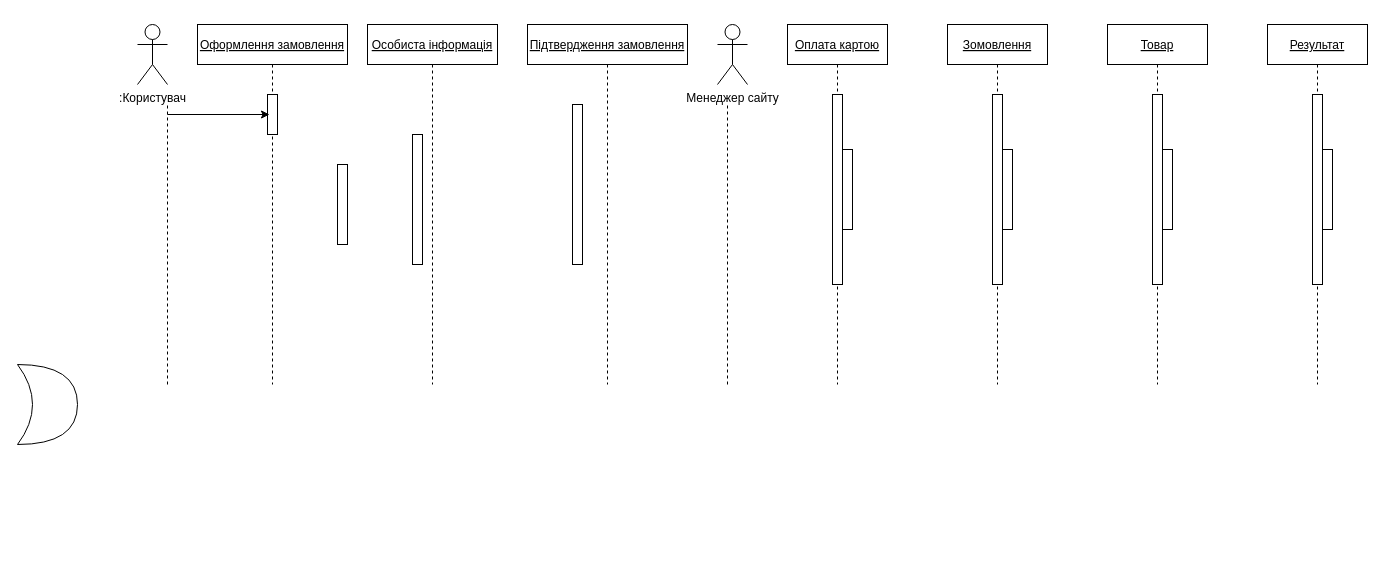
Yulia1204/git keeps this draw.io diagram as Untitled Diagram.drawio. Above is the earlier version. Source tidied: cells renumbered, new cells numbered last; positions are measured from the earlier drawing's top-left corner, leaving out a move shared by most shapes. Both pictures are drawn from the tidied source at 100%, with x=0, y=0 at pixel (17, 24).
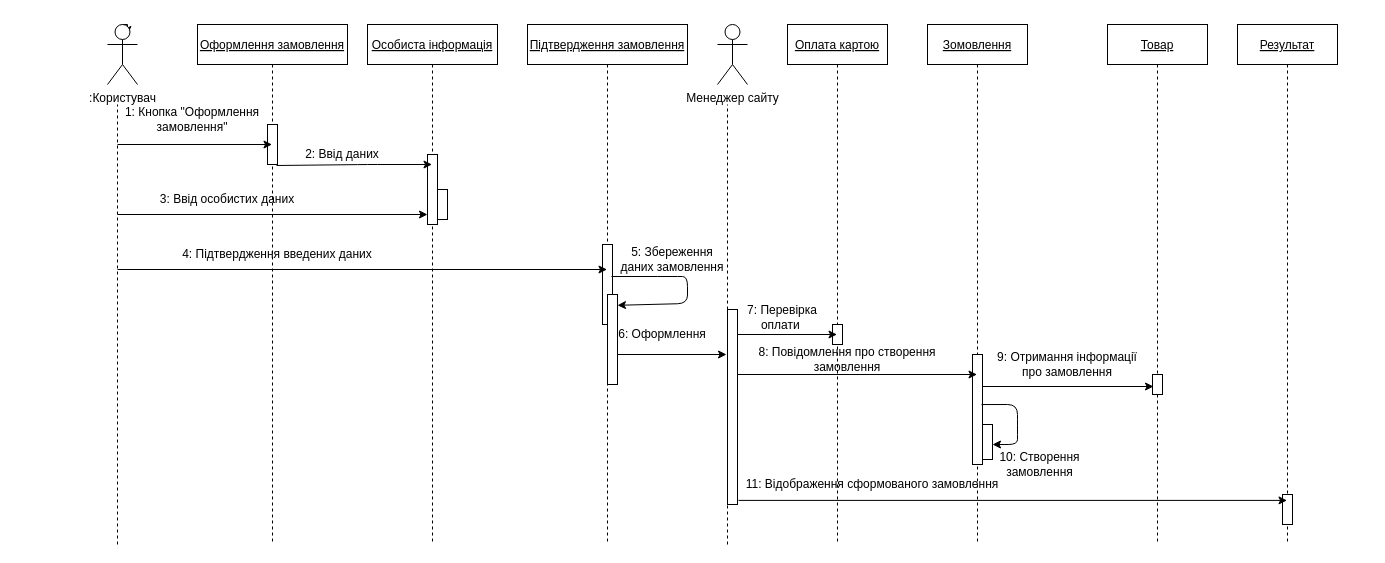
The same diagram, later.

The edit, as a diff of the source:
```diff
@@
     <mxCell id="2" value="Оформлення замовлення" style="shape=umlLifeline;perimeter=lifelinePerimeter;rounded=0;shadow=0;strokeWidth=1;size=40;align=center;labelBorderColor=none;labelBackgroundColor=none;horizontal=1;fontSize=12;fontStyle=4;" parent="1" vertex="1">
-      <mxGeometry x="180" width="150" height="360" as="geometry" />
+      <mxGeometry x="180" width="150" height="520" as="geometry" />
     </mxCell>
     <mxCell id="3" style="points=[];perimeter=orthogonalPerimeter;rounded=0;shadow=0;strokeWidth=1;" parent="2" vertex="1">
-      <mxGeometry x="70" y="70" width="10" height="40" as="geometry" />
+      <mxGeometry x="70" y="100" width="10" height="40" as="geometry" />
     </mxCell>
     <mxCell id="4" value="Особиста інформація" style="shape=umlLifeline;perimeter=lifelinePerimeter;rounded=0;shadow=0;strokeWidth=1;fontStyle=4;" parent="1" vertex="1">
-      <mxGeometry x="350" width="130" height="360" as="geometry" />
+      <mxGeometry x="350" width="130" height="520" as="geometry" />
     </mxCell>
     <mxCell id="5" style="perimeter=orthogonalPerimeter;rounded=0;shadow=0;strokeWidth=1;" parent="4" vertex="1">
-      <mxGeometry x="45" y="110" width="10" height="130" as="geometry" />
+      <mxGeometry x="60" y="130" width="10" height="70" as="geometry" />
     </mxCell>
+    <mxCell id="25" style="perimeter=orthogonalPerimeter;rounded=0;shadow=0;strokeWidth=1;" parent="4" vertex="1">
+      <mxGeometry x="70" y="165" width="10" height="30" as="geometry" />
+    </mxCell>
+    <mxCell id="27" style="edgeStyle=orthogonalEdgeStyle;rounded=0;jettySize=auto;html=1;exitX=0.5;exitY=0;exitDx=0;exitDy=0;exitPerimeter=0;fontSize=12;" parent="1" edge="1" source="6">
+      <mxGeometry relative="1" as="geometry">
+        <mxPoint x="110" y="10" as="targetPoint" />
+      </mxGeometry>
+    </mxCell>
     <mxCell id="6" value=":Користувач&lt;br&gt;" style="shape=umlActor;verticalLabelPosition=bottom;verticalAlign=top;html=1;outlineConnect=0;" parent="1" vertex="1">
-      <mxGeometry x="120" width="30" height="60" as="geometry" />
+      <mxGeometry x="90" width="30" height="60" as="geometry" />
     </mxCell>
     <mxCell id="7" style="endArrow=none;dashed=1;html=1;" parent="1" edge="1">
       <mxGeometry relative="1" as="geometry">
-        <mxPoint x="150" y="360" as="sourcePoint" />
-        <mxPoint x="150" y="80" as="targetPoint" />
+        <mxPoint x="100" y="520" as="sourcePoint" />
+        <mxPoint x="100" y="80" as="targetPoint" />
       </mxGeometry>
     </mxCell>
     <mxCell id="8" value="Підтвердження замовлення" style="shape=umlLifeline;perimeter=lifelinePerimeter;rounded=0;shadow=0;strokeWidth=1;fontStyle=4;" parent="1" vertex="1">
-      <mxGeometry x="510" width="160" height="360" as="geometry" />
+      <mxGeometry x="510" width="160" height="520" as="geometry" />
     </mxCell>
     <mxCell id="9" style="points=[];perimeter=orthogonalPerimeter;rounded=0;shadow=0;strokeWidth=1;" parent="8" vertex="1">
-      <mxGeometry x="45" y="80" width="10" height="160" as="geometry" />
+      <mxGeometry x="75" y="220" width="10" height="80" as="geometry" />
     </mxCell>
+    <mxCell id="28" style="endArrow=classic;html=1;fontSize=12;exitX=0.9;exitY=0.4;exitDx=0;exitDy=0;exitPerimeter=0;entryX=1;entryY=0.12;entryDx=0;entryDy=0;entryPerimeter=0;" parent="8" edge="1" source="9" target="29">
+      <mxGeometry relative="1" as="geometry">
+        <Array as="points">
+          <mxPoint x="140" y="252" />
+          <mxPoint x="160" y="252" />
+          <mxPoint x="160" y="279" />
+        </Array>
+      </mxGeometry>
+    </mxCell>
+    <mxCell id="29" style="points=[];perimeter=orthogonalPerimeter;rounded=0;shadow=0;strokeWidth=1;" parent="8" vertex="1">
+      <mxGeometry x="80" y="270" width="10" height="90" as="geometry" />
+    </mxCell>
     <mxCell id="10" value="Оплата картою" style="shape=umlLifeline;perimeter=lifelinePerimeter;rounded=0;shadow=0;strokeWidth=1;fontStyle=4;" parent="1" vertex="1">
-      <mxGeometry x="770" width="100" height="360" as="geometry" />
+      <mxGeometry x="770" width="100" height="520" as="geometry" />
     </mxCell>
     <mxCell id="11" style="perimeter=orthogonalPerimeter;rounded=0;shadow=0;strokeWidth=1;" parent="10" vertex="1">
-      <mxGeometry x="45" y="70" width="10" height="190" as="geometry" />
+      <mxGeometry x="45" y="300" width="10" height="20" as="geometry" />
     </mxCell>
-    <mxCell id="12" style="perimeter=orthogonalPerimeter;rounded=0;shadow=0;strokeWidth=1;" parent="10" vertex="1">
-      <mxGeometry x="55" y="125" width="10" height="80" as="geometry" />
-    </mxCell>
@@
     <mxCell id="14" value="Зомовлення" style="shape=umlLifeline;perimeter=lifelinePerimeter;rounded=0;shadow=0;strokeWidth=1;fontStyle=4;" parent="1" vertex="1">
-      <mxGeometry x="930" width="100" height="360" as="geometry" />
+      <mxGeometry x="910" width="100" height="520" as="geometry" />
     </mxCell>
     <mxCell id="15" style="points=[];perimeter=orthogonalPerimeter;rounded=0;shadow=0;strokeWidth=1;" parent="14" vertex="1">
-      <mxGeometry x="45" y="70" width="10" height="190" as="geometry" />
+      <mxGeometry x="45" y="330" width="10" height="110" as="geometry" />
     </mxCell>
     <mxCell id="16" style="points=[];perimeter=orthogonalPerimeter;rounded=0;shadow=0;strokeWidth=1;" parent="14" vertex="1">
-      <mxGeometry x="55" y="125" width="10" height="80" as="geometry" />
+      <mxGeometry x="55" y="400" width="10" height="35" as="geometry" />
     </mxCell>
+    <mxCell id="30" style="endArrow=classic;html=1;fontSize=12;exitX=0.9;exitY=0.455;exitDx=0;exitDy=0;exitPerimeter=0;" parent="14" edge="1" source="15" target="16">
+      <mxGeometry relative="1" as="geometry">
+        <Array as="points">
+          <mxPoint x="90" y="380" />
+          <mxPoint x="90" y="400" />
+          <mxPoint x="90" y="420" />
+        </Array>
+      </mxGeometry>
+    </mxCell>
     <mxCell id="17" value="Товар" style="shape=umlLifeline;perimeter=lifelinePerimeter;rounded=0;shadow=0;strokeWidth=1;fontStyle=4;" parent="1" vertex="1">
-      <mxGeometry x="1090" width="100" height="360" as="geometry" />
+      <mxGeometry x="1090" width="100" height="520" as="geometry" />
     </mxCell>
     <mxCell id="18" style="points=[];perimeter=orthogonalPerimeter;rounded=0;shadow=0;strokeWidth=1;" parent="17" vertex="1">
-      <mxGeometry x="45" y="70" width="10" height="190" as="geometry" />
+      <mxGeometry x="45" y="350" width="10" height="20" as="geometry" />
     </mxCell>
-    <mxCell id="19" style="perimeter=orthogonalPerimeter;rounded=0;shadow=0;strokeWidth=1;" parent="17" vertex="1">
-      <mxGeometry x="55" y="125" width="10" height="80" as="geometry" />
-    </mxCell>
     <mxCell id="20" value="Результат" style="shape=umlLifeline;perimeter=lifelinePerimeter;rounded=0;shadow=0;strokeWidth=1;fontStyle=4;" parent="1" vertex="1">
-      <mxGeometry x="1250" width="100" height="360" as="geometry" />
+      <mxGeometry x="1220" width="100" height="520" as="geometry" />
     </mxCell>
     <mxCell id="21" style="perimeter=orthogonalPerimeter;rounded=0;shadow=0;strokeWidth=1;" parent="20" vertex="1">
-      <mxGeometry x="45" y="70" width="10" height="190" as="geometry" />
+      <mxGeometry x="45" y="470" width="10" height="30" as="geometry" />
     </mxCell>
-    <mxCell id="22" style="perimeter=orthogonalPerimeter;rounded=0;shadow=0;strokeWidth=1;" parent="20" vertex="1">
-      <mxGeometry x="55" y="125" width="10" height="80" as="geometry" />
-    </mxCell>
-    <mxCell id="23" style="shape=xor;whiteSpace=wrap;html=1;" parent="1" vertex="1">
-      <mxGeometry y="340" width="60" height="80" as="geometry" />
-    </mxCell>
-    <mxCell id="24" style="endArrow=classic;html=1;entryX=0.2;entryY=0.5;entryDx=0;entryDy=0;entryPerimeter=0;" parent="1" edge="1" target="3">
-      <mxGeometry relative="1" as="geometry">
-        <mxPoint x="150" y="90" as="sourcePoint" />
-      </mxGeometry>
-    </mxCell>
-    <mxCell id="25" style="perimeter=orthogonalPerimeter;rounded=0;shadow=0;strokeWidth=1;" parent="1" vertex="1">
-      <mxGeometry x="320" y="140" width="10" height="80" as="geometry" />
-    </mxCell>
-    <mxCell id="26" style="endArrow=none;dashed=1;html=1;fontSize=12;" parent="1" edge="1">
+    <mxCell id="26" style="endArrow=none;dashed=1;html=1;fontSize=12;" parent="1" edge="1" source="47">
       <mxGeometry relative="1" as="geometry">
-        <mxPoint x="710" y="360" as="sourcePoint" />
         <mxPoint x="710" y="80" as="targetPoint" />
       </mxGeometry>
     </mxCell>
+    <mxCell id="31" style="endArrow=classic;html=1;fontSize=12;" parent="1" edge="1" target="2">
+      <mxGeometry relative="1" as="geometry">
+        <mxPoint x="100" y="120" as="sourcePoint" />
+      </mxGeometry>
+    </mxCell>
+    <mxCell id="32" value="1: Кнопка &quot;Оформлення замовлення&quot;" style="text;html=1;strokeColor=none;fillColor=none;align=center;verticalAlign=middle;whiteSpace=wrap;rounded=0;labelBackgroundColor=none;fontSize=12;" parent="1" vertex="1">
+      <mxGeometry x="100" y="90" width="150" height="10" as="geometry" />
+    </mxCell>
+    <mxCell id="33" style="endArrow=classic;html=1;fontSize=12;exitX=0.9;exitY=1.025;exitDx=0;exitDy=0;exitPerimeter=0;" parent="1" edge="1" source="3" target="4">
+      <mxGeometry relative="1" as="geometry">
+        <Array as="points">
+          <mxPoint x="350" y="140" />
+        </Array>
+      </mxGeometry>
+    </mxCell>
+    <mxCell id="34" value="2: Ввід даних" style="text;html=1;strokeColor=none;fillColor=none;align=center;verticalAlign=middle;whiteSpace=wrap;rounded=0;labelBackgroundColor=none;fontSize=12;" parent="1" vertex="1">
+      <mxGeometry x="280" y="120" width="90" height="20" as="geometry" />
+    </mxCell>
+    <mxCell id="35" style="endArrow=classic;html=1;fontSize=12;" parent="1" edge="1">
+      <mxGeometry relative="1" as="geometry">
+        <mxPoint x="100" y="190" as="sourcePoint" />
+        <mxPoint x="410" y="190" as="targetPoint" />
+      </mxGeometry>
+    </mxCell>
+    <mxCell id="36" value="3: Ввід особистих даних" style="text;html=1;strokeColor=none;fillColor=none;align=center;verticalAlign=middle;whiteSpace=wrap;rounded=0;labelBackgroundColor=none;fontSize=12;" parent="1" vertex="1">
+      <mxGeometry x="130" y="150" width="160" height="50" as="geometry" />
+    </mxCell>
+    <mxCell id="37" style="endArrow=classic;html=1;fontSize=12;" parent="1" edge="1" target="8">
+      <mxGeometry relative="1" as="geometry">
+        <mxPoint x="100" y="245" as="sourcePoint" />
+      </mxGeometry>
+    </mxCell>
+    <mxCell id="38" value="4: Підтвердження введених даних" style="text;html=1;strokeColor=none;fillColor=none;align=center;verticalAlign=middle;whiteSpace=wrap;rounded=0;labelBackgroundColor=none;fontSize=12;" parent="1" vertex="1">
+      <mxGeometry x="100" y="220" width="320" height="20" as="geometry" />
+    </mxCell>
+    <mxCell id="39" value="5: Збереження даних замовлення" style="text;html=1;strokeColor=none;fillColor=none;align=center;verticalAlign=middle;whiteSpace=wrap;rounded=0;labelBackgroundColor=none;fontSize=12;" parent="1" vertex="1">
+      <mxGeometry x="600" y="230" width="110" height="10" as="geometry" />
+    </mxCell>
+    <mxCell id="40" style="endArrow=classic;html=1;fontSize=12;" parent="1" edge="1" source="29">
+      <mxGeometry relative="1" as="geometry">
+        <mxPoint x="709" y="330" as="targetPoint" />
+      </mxGeometry>
+    </mxCell>
+    <mxCell id="41" style="endArrow=none;dashed=1;html=1;fontSize=12;" parent="1" edge="1" target="47">
+      <mxGeometry relative="1" as="geometry">
+        <mxPoint x="710" y="360" as="sourcePoint" />
+      </mxGeometry>
+    </mxCell>
+    <mxCell id="42" value="6: Оформлення" style="text;html=1;strokeColor=none;fillColor=none;align=center;verticalAlign=middle;whiteSpace=wrap;rounded=0;labelBackgroundColor=none;fontSize=12;" parent="1" vertex="1">
+      <mxGeometry x="600" y="300" width="90" height="20" as="geometry" />
+    </mxCell>
+    <mxCell id="43" style="endArrow=classic;html=1;fontSize=12;" parent="1" edge="1" target="10">
+      <mxGeometry relative="1" as="geometry">
+        <mxPoint x="720" y="310" as="sourcePoint" />
+      </mxGeometry>
+    </mxCell>
+    <mxCell id="44" value="7: Перевірка оплати&amp;nbsp;" style="text;html=1;strokeColor=none;fillColor=none;align=center;verticalAlign=middle;whiteSpace=wrap;rounded=0;labelBackgroundColor=none;fontSize=12;" parent="1" vertex="1">
+      <mxGeometry x="720" y="285" width="90" height="15" as="geometry" />
+    </mxCell>
+    <mxCell id="45" style="endArrow=classic;html=1;fontSize=12;" parent="1" edge="1" target="14">
+      <mxGeometry relative="1" as="geometry">
+        <mxPoint x="720" y="350" as="sourcePoint" />
+      </mxGeometry>
+    </mxCell>
+    <mxCell id="46" value="8: Повідомлення про створення замовлення" style="text;html=1;strokeColor=none;fillColor=none;align=center;verticalAlign=middle;whiteSpace=wrap;rounded=0;labelBackgroundColor=none;fontSize=12;" parent="1" vertex="1">
+      <mxGeometry x="720" y="330" width="220" height="10" as="geometry" />
+    </mxCell>
+    <mxCell id="47" style="points=[];perimeter=orthogonalPerimeter;rounded=0;shadow=0;strokeWidth=1;" parent="1" vertex="1">
+      <mxGeometry x="710" y="285" width="10" height="195" as="geometry" />
+    </mxCell>
+    <mxCell id="48" style="endArrow=none;dashed=1;html=1;fontSize=12;" parent="1" edge="1" target="47">
+      <mxGeometry relative="1" as="geometry">
+        <mxPoint x="710" y="520" as="sourcePoint" />
+      </mxGeometry>
+    </mxCell>
+    <mxCell id="49" style="endArrow=classic;html=1;fontSize=12;entryX=0.1;entryY=0.6;entryDx=0;entryDy=0;entryPerimeter=0;" parent="1" edge="1" source="15" target="18">
+      <mxGeometry relative="1" as="geometry" />
+    </mxCell>
+    <mxCell id="50" value="9: Отримання інформації про замовлення" style="text;html=1;strokeColor=none;fillColor=none;align=center;verticalAlign=middle;whiteSpace=wrap;rounded=0;labelBackgroundColor=none;fontSize=12;" parent="1" vertex="1">
+      <mxGeometry x="970" y="330" width="160" height="20" as="geometry" />
+    </mxCell>
+    <mxCell id="51" value="10: Створення замовлення" style="text;html=1;strokeColor=none;fillColor=none;align=center;verticalAlign=middle;whiteSpace=wrap;rounded=0;labelBackgroundColor=none;fontSize=12;" parent="1" vertex="1">
+      <mxGeometry x="960" y="430" width="125" height="20" as="geometry" />
+    </mxCell>
+    <mxCell id="52" style="endArrow=classic;html=1;fontSize=12;exitX=1.1;exitY=0.979;exitDx=0;exitDy=0;exitPerimeter=0;" parent="1" edge="1" source="47" target="20">
+      <mxGeometry relative="1" as="geometry" />
+    </mxCell>
+    <mxCell id="53" value="11: Відображення сформованого замовлення" style="text;html=1;strokeColor=none;fillColor=none;align=center;verticalAlign=middle;whiteSpace=wrap;rounded=0;labelBackgroundColor=none;fontSize=12;" parent="1" vertex="1">
+      <mxGeometry x="710" y="450" width="290" height="20" as="geometry" />
+    </mxCell>
```
